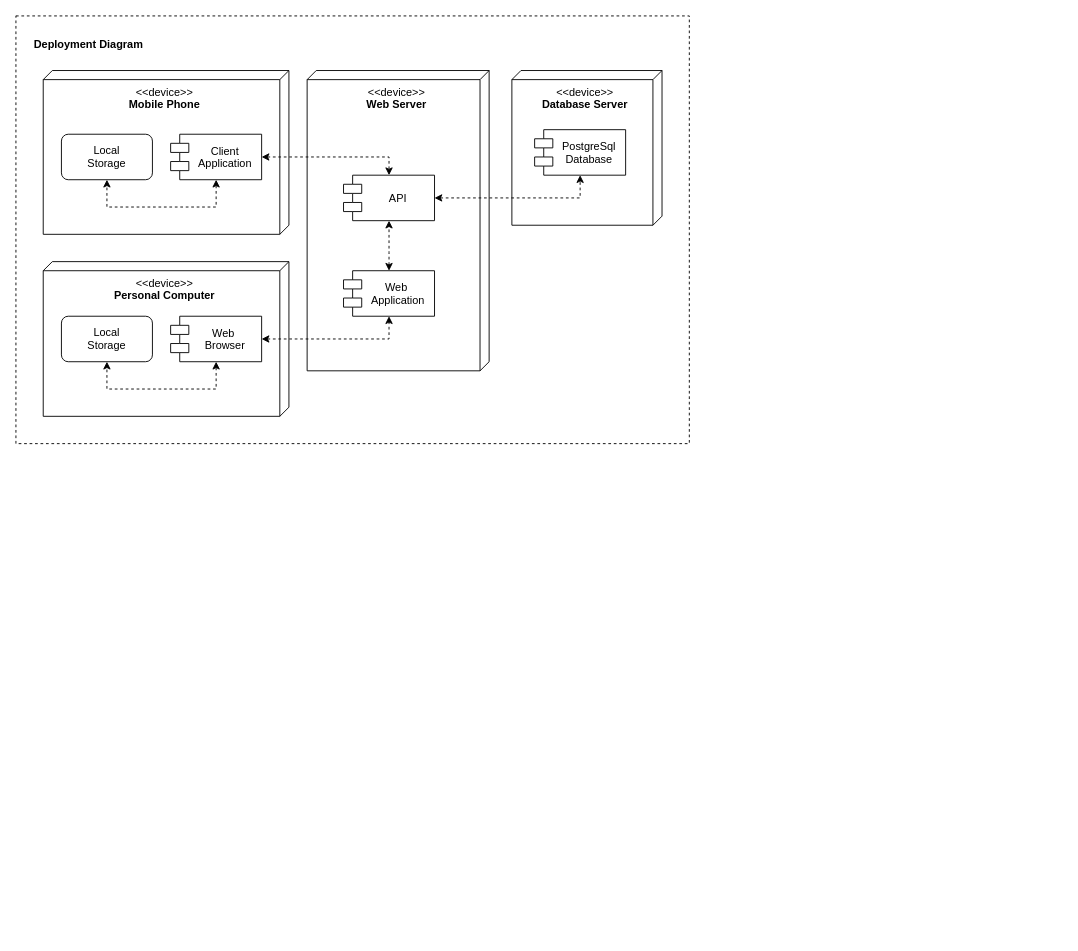
The draw.io diagram assets/diagrams/Architecture Views.drawio in gltch/wits-overflow, before the edit. Source tidied: cells renumbered, new cells numbered last; positions are measured from the earlier drawing's top-left corner, leaving out a move shared by most shapes. Both pictures are drawn from the tidied source at 91%, with x=0, y=0 at pixel (15, 15).
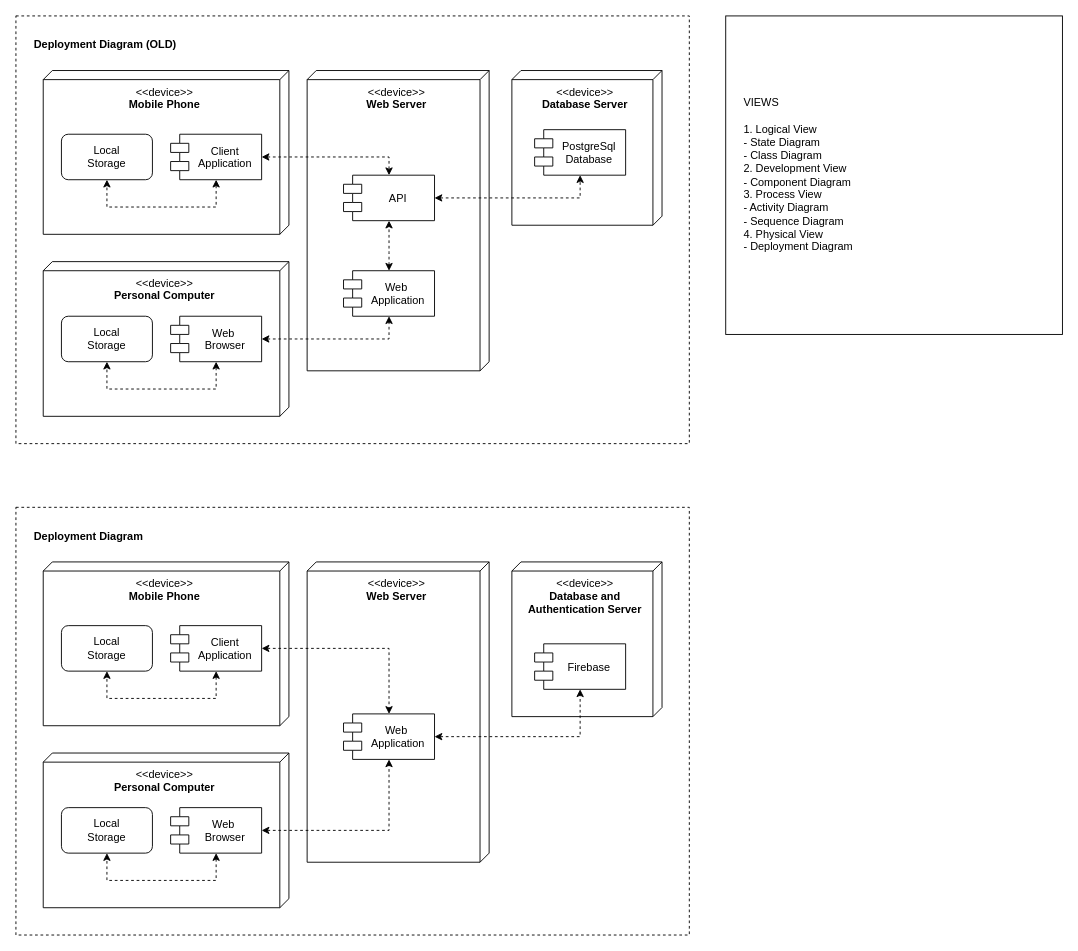
The same diagram, later.

Commit message:
Updated Deployment Diagram

The edit, as a diff of the source:
```diff
@@
-    <mxCell id="2" value="Deployment Diagram" style="rounded=0;whiteSpace=wrap;html=1;dashed=1;spacing=20;verticalAlign=top;align=left;fontStyle=1;" parent="1" vertex="1">
+    <mxCell id="2" value="Deployment Diagram (OLD)" style="rounded=0;whiteSpace=wrap;html=1;dashed=1;spacing=20;verticalAlign=top;align=left;fontStyle=1;" parent="1" vertex="1">
       <mxGeometry width="740" height="470" as="geometry" />
     </mxCell>
@@
+    <mxCell id="22" value="VIEWS&lt;br&gt;&lt;br&gt;1. Logical View&lt;br&gt;- State Diagram&lt;br&gt;- Class Diagram&lt;br&gt;2. Development View&lt;br&gt;- Component Diagram&lt;br&gt;3. Process View&lt;br&gt;- Activity Diagram&lt;br&gt;- Sequence Diagram&lt;br&gt;4. Physical View&lt;br&gt;- Deployment Diagram" style="rounded=0;whiteSpace=wrap;html=1;align=left;spacing=20;" parent="1" vertex="1">
+      <mxGeometry x="780" width="370" height="350" as="geometry" />
+    </mxCell>
+    <mxCell id="23" value="Deployment Diagram" style="rounded=0;whiteSpace=wrap;html=1;dashed=1;spacing=20;verticalAlign=top;align=left;fontStyle=1;" parent="1" vertex="1">
+      <mxGeometry y="540" width="740" height="470" as="geometry" />
+    </mxCell>
+    <mxCell id="24" value="&amp;lt;&amp;lt;device&amp;gt;&amp;gt;&lt;br&gt;&lt;b&gt;Database and &lt;br&gt;Authentication Server&lt;/b&gt;" style="verticalAlign=top;align=center;shape=cube;size=10;direction=south;fontStyle=0;html=1;boundedLbl=1;spacingLeft=5;fillColor=#FFFFFF;" parent="1" vertex="1">
+      <mxGeometry x="545" y="600" width="165" height="170" as="geometry" />
+    </mxCell>
+    <mxCell id="25" style="group;" parent="1" vertex="1">
+      <mxGeometry x="30" y="810" width="270" height="170" as="geometry" />
+    </mxCell>
+    <mxCell id="26" value="&amp;lt;&amp;lt;device&amp;gt;&amp;gt;&lt;br&gt;&lt;b&gt;Personal Computer&lt;/b&gt;" style="verticalAlign=top;align=center;shape=cube;size=10;direction=south;fontStyle=0;html=1;boundedLbl=1;spacingLeft=5;fillColor=#FFFFFF;" parent="25" vertex="1">
+      <mxGeometry width="270" height="170" as="geometry" />
+    </mxCell>
+    <mxCell id="27" value="Web &#10;Browser" style="shape=module;align=left;spacingLeft=20;align=center;verticalAlign=middle;fillColor=#FFFFFF;" parent="25" vertex="1">
+      <mxGeometry x="140" y="60" width="100" height="50" as="geometry" />
+    </mxCell>
+    <mxCell id="28" value="Local&lt;br&gt;Storage" style="rounded=1;whiteSpace=wrap;html=1;fillColor=#FFFFFF;align=center;" parent="25" vertex="1">
+      <mxGeometry x="20" y="60" width="100" height="50" as="geometry" />
+    </mxCell>
+    <mxCell id="29" style="edgeStyle=orthogonalEdgeStyle;rounded=0;jettySize=auto;html=1;exitX=0.5;exitY=1;exitDx=0;exitDy=0;entryX=0.5;entryY=1;entryDx=0;entryDy=0;dashed=1;startArrow=classic;startFill=1;" parent="25" edge="1" source="27" target="28">
+      <mxGeometry relative="1" as="geometry">
+        <Array as="points">
+          <mxPoint x="190" y="140" />
+          <mxPoint x="70" y="140" />
+        </Array>
+      </mxGeometry>
+    </mxCell>
+    <mxCell id="30" style="group;" parent="1" vertex="1">
+      <mxGeometry x="30" y="600" width="270" height="180" as="geometry" />
+    </mxCell>
+    <mxCell id="31" value="&amp;lt;&amp;lt;device&amp;gt;&amp;gt;&lt;br&gt;&lt;b&gt;Mobile Phone&lt;/b&gt;" style="verticalAlign=top;align=center;shape=cube;size=10;direction=south;fontStyle=0;html=1;boundedLbl=1;spacingLeft=5;fillColor=#FFFFFF;" parent="30" vertex="1">
+      <mxGeometry width="270" height="180" as="geometry" />
+    </mxCell>
+    <mxCell id="32" value="Client&#10;Application" style="shape=module;align=left;spacingLeft=20;align=center;verticalAlign=middle;fillColor=#FFFFFF;" parent="30" vertex="1">
+      <mxGeometry x="140" y="70" width="100" height="50" as="geometry" />
+    </mxCell>
+    <mxCell id="33" value="Local&lt;br&gt;Storage" style="rounded=1;whiteSpace=wrap;html=1;fillColor=#FFFFFF;align=center;" parent="30" vertex="1">
+      <mxGeometry x="20" y="70" width="100" height="50" as="geometry" />
+    </mxCell>
+    <mxCell id="34" style="edgeStyle=orthogonalEdgeStyle;rounded=0;jettySize=auto;html=1;exitX=0.5;exitY=1;exitDx=0;exitDy=0;entryX=0.5;entryY=1;entryDx=0;entryDy=0;dashed=1;startArrow=classic;startFill=1;" parent="30" edge="1" source="32" target="33">
+      <mxGeometry relative="1" as="geometry">
+        <Array as="points">
+          <mxPoint x="190" y="150" />
+          <mxPoint x="70" y="150" />
+        </Array>
+      </mxGeometry>
+    </mxCell>
+    <mxCell id="35" value="&amp;lt;&amp;lt;device&amp;gt;&amp;gt;&lt;br&gt;&lt;b&gt;Web Server&lt;/b&gt;" style="verticalAlign=top;align=center;shape=cube;size=10;direction=south;fontStyle=0;html=1;boundedLbl=1;spacingLeft=5;fillColor=#FFFFFF;" parent="1" vertex="1">
+      <mxGeometry x="320" y="600" width="200" height="330" as="geometry" />
+    </mxCell>
+    <mxCell id="36" value="Web &#10;Application" style="shape=module;align=left;spacingLeft=20;align=center;verticalAlign=middle;fillColor=#FFFFFF;" parent="1" vertex="1">
+      <mxGeometry x="360" y="767" width="100" height="50" as="geometry" />
+    </mxCell>
+    <mxCell id="37" style="edgeStyle=orthogonalEdgeStyle;rounded=0;jettySize=auto;html=1;exitX=1;exitY=0.5;exitDx=0;exitDy=0;entryX=0.5;entryY=1;entryDx=0;entryDy=0;dashed=1;startArrow=classic;startFill=1;" parent="1" edge="1" source="36" target="38">
+      <mxGeometry relative="1" as="geometry" />
+    </mxCell>
+    <mxCell id="38" value="Firebase" style="shape=module;align=left;spacingLeft=20;align=center;verticalAlign=middle;fillColor=#FFFFFF;" parent="1" vertex="1">
+      <mxGeometry x="570" y="690" width="100" height="50" as="geometry" />
+    </mxCell>
+    <mxCell id="39" style="edgeStyle=orthogonalEdgeStyle;rounded=0;jettySize=auto;html=1;exitX=1;exitY=0.5;exitDx=0;exitDy=0;entryX=0.5;entryY=1;entryDx=0;entryDy=0;dashed=1;startArrow=classic;startFill=1;" parent="1" edge="1" source="27" target="36">
+      <mxGeometry relative="1" as="geometry">
+        <Array as="points">
+          <mxPoint x="410" y="895" />
+        </Array>
+      </mxGeometry>
+    </mxCell>
+    <mxCell id="40" style="edgeStyle=orthogonalEdgeStyle;rounded=0;jettySize=auto;html=1;exitX=1;exitY=0.5;exitDx=0;exitDy=0;entryX=0.5;entryY=0;entryDx=0;entryDy=0;dashed=1;startArrow=classic;startFill=1;" parent="1" edge="1" source="32" target="36">
+      <mxGeometry relative="1" as="geometry" />
+    </mxCell>
```
